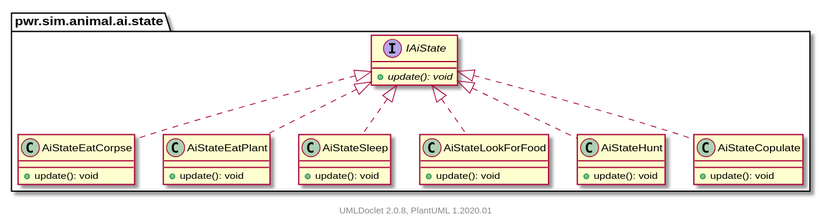
Earlier version of the PlantUML export pwr/sim/animal/ai/state/package.svg (Bravo555/oop-project). Source of this version:
```plantuml
@startuml
    namespace pwr.sim.animal.ai.state {

        class AiStateEatCorpse [[AiStateEatCorpse.html]] {
            +update(): void
        }

        class AiStateEatPlant [[AiStateEatPlant.html]] {
            +update(): void
        }

        interface IAiState [[IAiState.html]] {
            {abstract} +update(): void
        }

        class AiStateSleep [[AiStateSleep.html]] {
            +update(): void
        }

        class AiStateLookForFood [[AiStateLookForFood.html]] {
            +update(): void
        }

        class AiStateHunt [[AiStateHunt.html]] {
            +update(): void
        }

        class AiStateCopulate [[AiStateCopulate.html]] {
            +update(): void
        }

        IAiState <|.. AiStateEatCorpse
        IAiState <|.. AiStateEatPlant
        IAiState <|.. AiStateSleep
        IAiState <|.. AiStateLookForFood
        IAiState <|.. AiStateHunt
        IAiState <|.. AiStateCopulate
    }

    center footer UMLDoclet 2.0.8, PlantUML 1.2020.01
@enduml
```
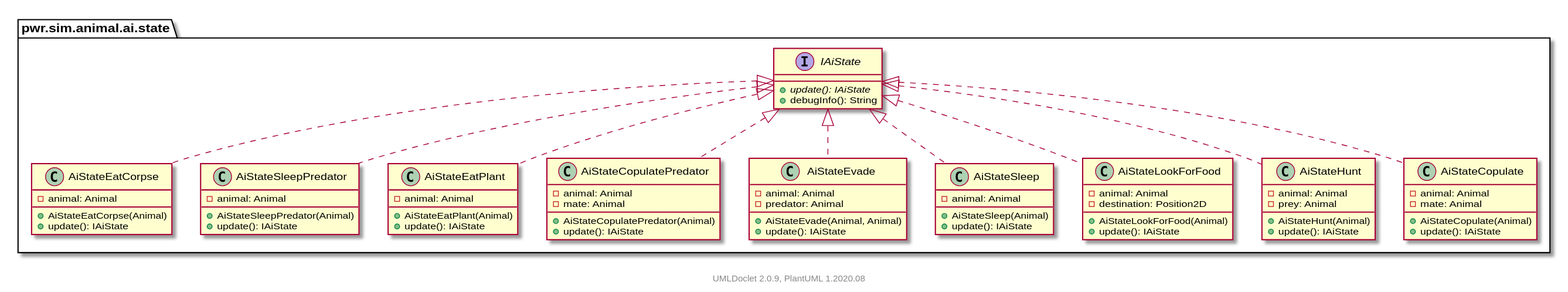
After the commit.

The edit, as a diff of the source:
```diff
@@ -2,40 +2,79 @@
     namespace pwr.sim.animal.ai.state {
 
         class AiStateEatCorpse [[AiStateEatCorpse.html]] {
-            +update(): void
+            -animal: Animal
+            +AiStateEatCorpse(Animal)
+            +update(): IAiState
+        }
+
+        class AiStateSleepPredator [[AiStateSleepPredator.html]] {
+            -animal: Animal
+            +AiStateSleepPredator(Animal)
+            +update(): IAiState
         }
 
         class AiStateEatPlant [[AiStateEatPlant.html]] {
-            +update(): void
+            -animal: Animal
+            +AiStateEatPlant(Animal)
+            +update(): IAiState
         }
 
         interface IAiState [[IAiState.html]] {
-            {abstract} +update(): void
+            {abstract} +update(): IAiState
+            +debugInfo(): String
+        }
+
+        class AiStateCopulatePredator [[AiStateCopulatePredator.html]] {
+            -animal: Animal
+            -mate: Animal
+            +AiStateCopulatePredator(Animal)
+            +update(): IAiState
+        }
+
+        class AiStateEvade [[AiStateEvade.html]] {
+            -animal: Animal
+            -predator: Animal
+            +AiStateEvade(Animal, Animal)
+            +update(): IAiState
         }
 
         class AiStateSleep [[AiStateSleep.html]] {
-            +update(): void
+            -animal: Animal
+            +AiStateSleep(Animal)
+            +update(): IAiState
         }
 
         class AiStateLookForFood [[AiStateLookForFood.html]] {
-            +update(): void
+            -animal: Animal
+            -destination: Position2D
+            +AiStateLookForFood(Animal)
+            +update(): IAiState
         }
 
         class AiStateHunt [[AiStateHunt.html]] {
-            +update(): void
+            -animal: Animal
+            -prey: Animal
+            +AiStateHunt(Animal)
+            +update(): IAiState
         }
 
         class AiStateCopulate [[AiStateCopulate.html]] {
-            +update(): void
+            -animal: Animal
+            -mate: Animal
+            +AiStateCopulate(Animal)
+            +update(): IAiState
         }
 
         IAiState <|.. AiStateEatCorpse
+        IAiState <|.. AiStateSleepPredator
         IAiState <|.. AiStateEatPlant
+        IAiState <|.. AiStateCopulatePredator
+        IAiState <|.. AiStateEvade
         IAiState <|.. AiStateSleep
         IAiState <|.. AiStateLookForFood
         IAiState <|.. AiStateHunt
         IAiState <|.. AiStateCopulate
     }
 
-    center footer UMLDoclet 2.0.8, PlantUML 1.2020.01
+    center footer UMLDoclet 2.0.9, PlantUML 1.2020.08
 @enduml
```
